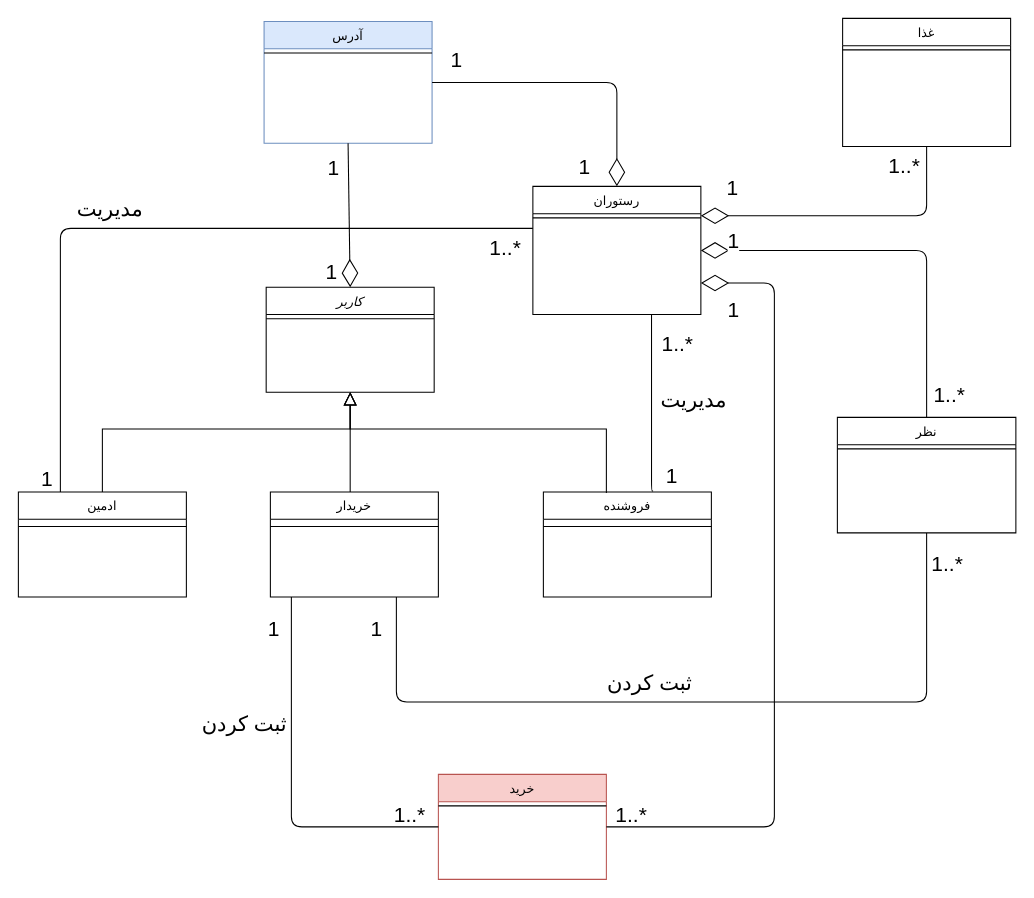
khoramian/TahDig_SoftwareEngineering keeps this draw.io diagram as Structural Modeling/class (diagram).drawio. Above is the earlier version. Source tidied: cells renumbered, new cells numbered last; positions are measured from the earlier drawing's top-left corner, leaving out a move shared by most shapes. Both pictures are drawn from the tidied source at 105%, with x=0, y=0 at pixel (18, 18).
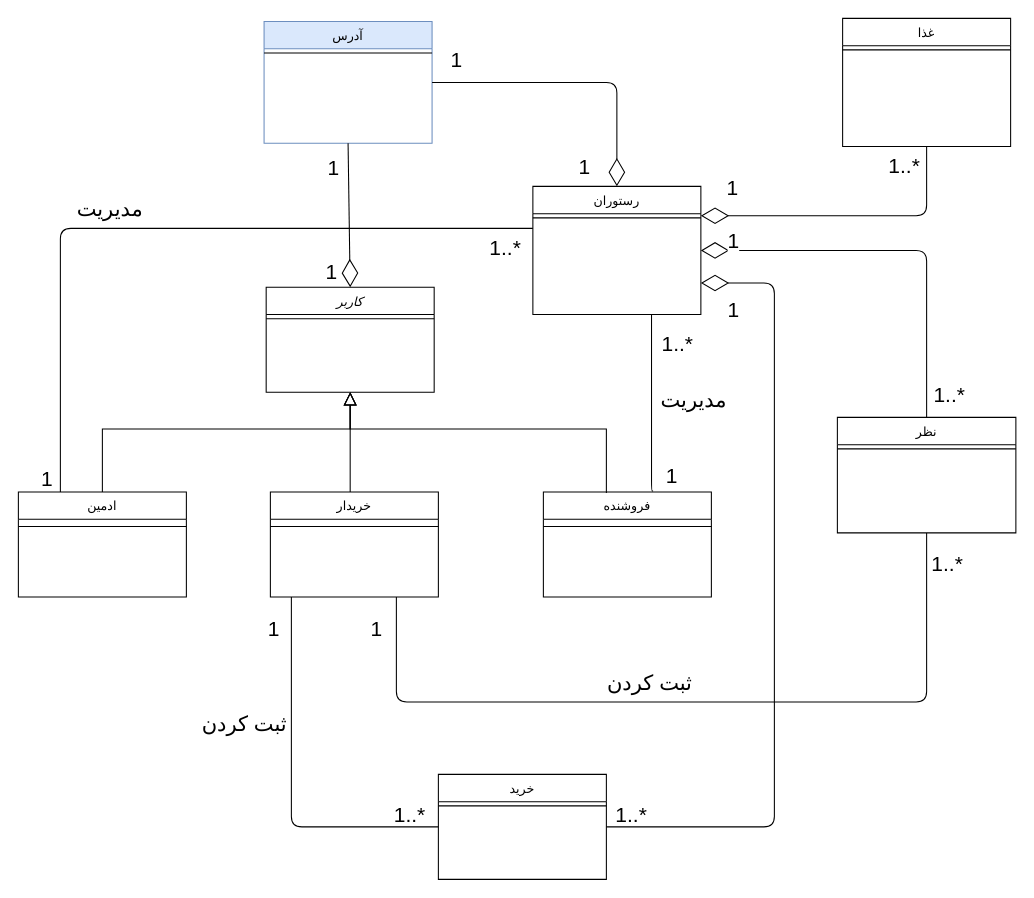
After the change.

Diff of the diagram source:
```diff
@@
-    <mxCell id="8" value="خرید" style="swimlane;fontStyle=0;align=center;verticalAlign=top;horizontal=1;startSize=26;rounded=0;shadow=0;strokeWidth=1;fillColor=#f8cecc;strokeColor=#b85450;" parent="1" vertex="1">
+    <mxCell id="8" value="خرید" style="swimlane;fontStyle=0;align=center;verticalAlign=top;horizontal=1;startSize=26;rounded=0;shadow=0;strokeWidth=1;" parent="1" vertex="1">
       <mxGeometry x="400" y="720" width="160" height="100" as="geometry" />
     </mxCell>
```
